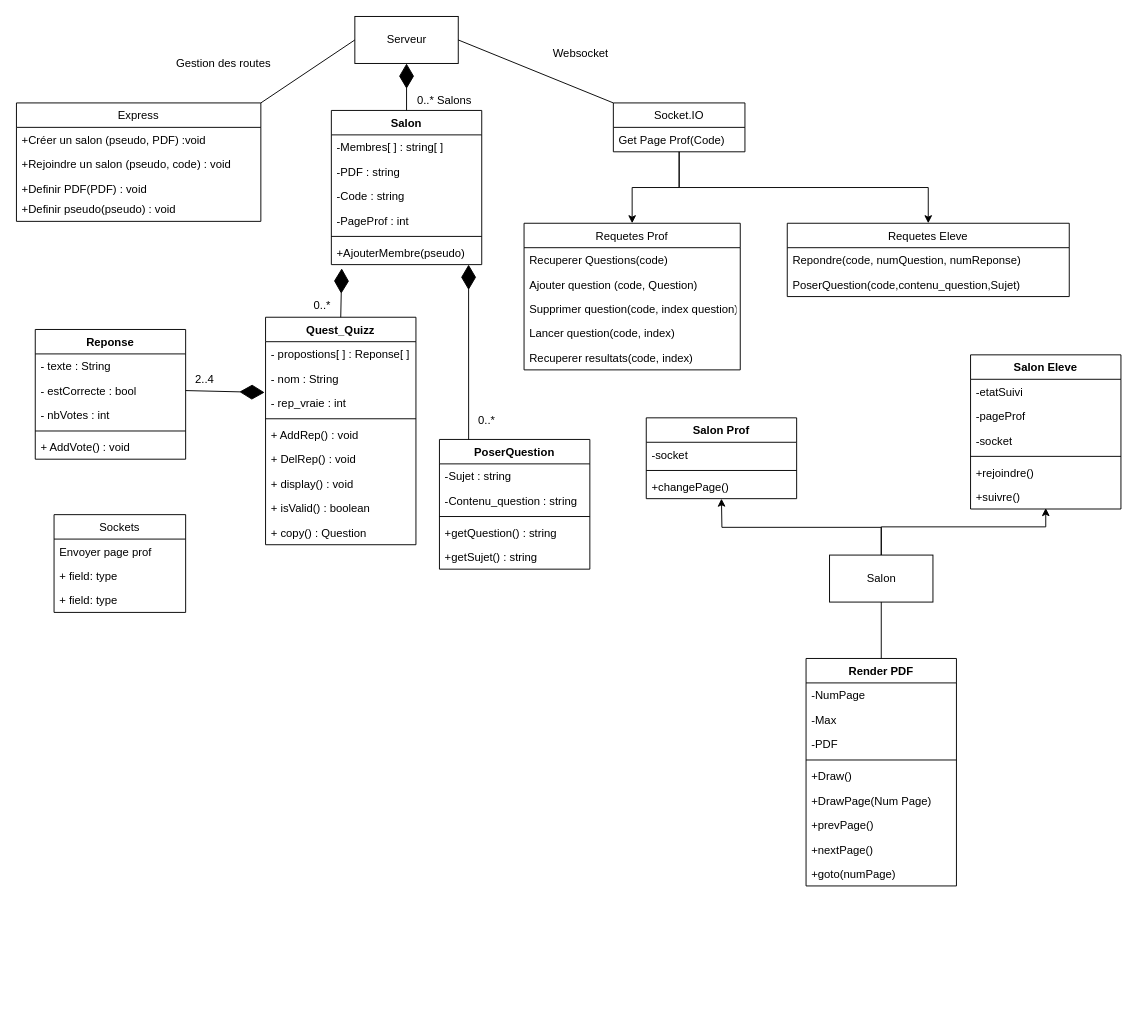
The draw.io diagram docs/diagram_de_classe.drawio in ProbablyClem/ShareMyPDF, before the edit. Source tidied: cells renumbered, new cells numbered last; positions are measured from the earlier drawing's top-left corner, leaving out a move shared by most shapes. Both pictures are drawn from the tidied source at 94%, with x=0, y=0 at pixel (16, 16).
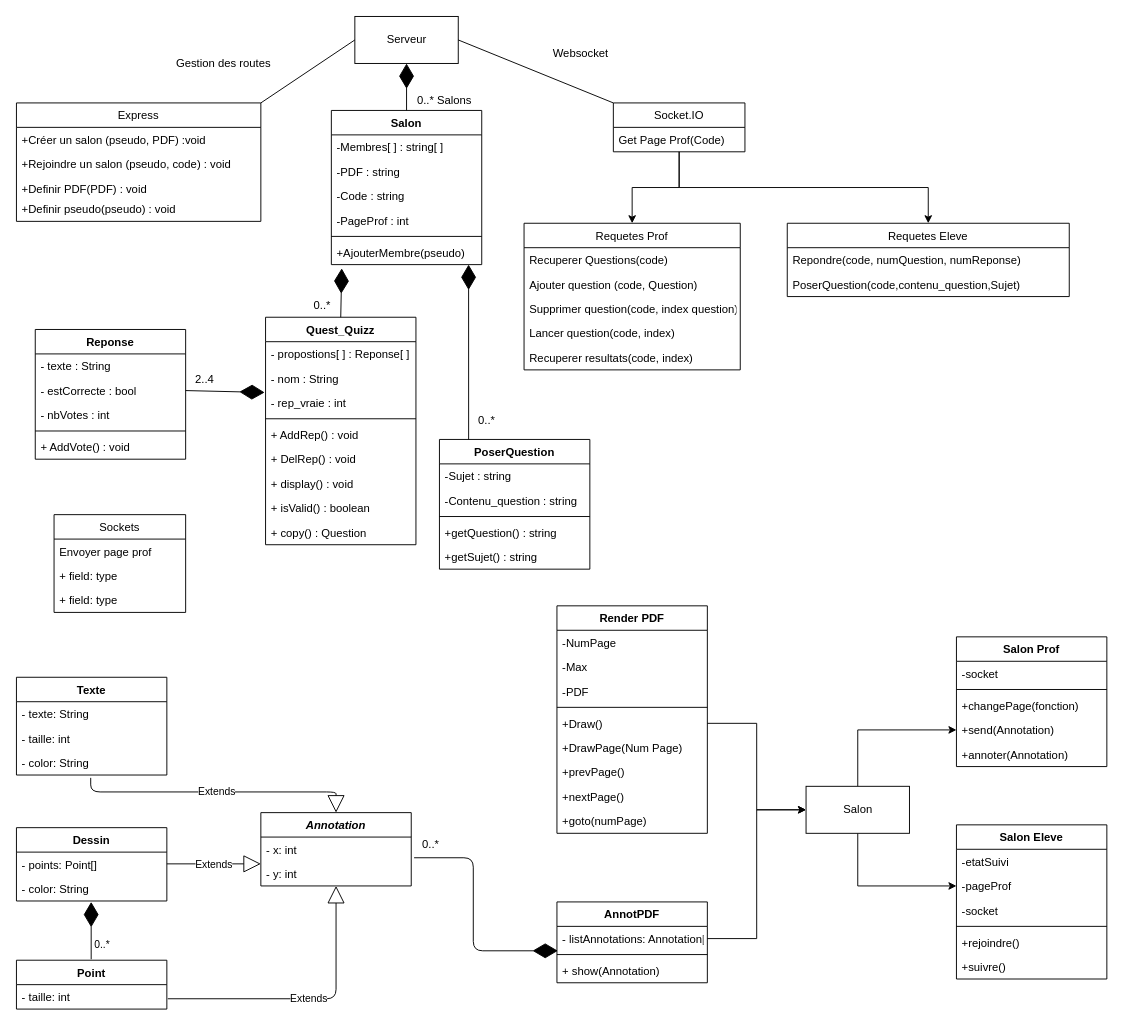
After the change.

The change refers to these unchanged cells:
```xml
<mxCell id="60" value="+Draw()" style="text;strokeColor=none;fillColor=none;align=left;verticalAlign=top;spacingLeft=4;spacingRight=4;overflow=hidden;points=[[0,0.5],[1,0.5]];portConstraint=eastwest;" parent="55" vertex="1">
  <mxGeometry y="112" width="160" height="26" as="geometry" />
</mxCell>
<mxCell id="86" value="-pageProf" style="text;strokeColor=none;fillColor=none;align=left;verticalAlign=top;spacingLeft=4;spacingRight=4;overflow=hidden;points=[[0,0.5],[1,0.5]];portConstraint=eastwest;" parent="84" vertex="1">
  <mxGeometry y="52" width="160" height="26" as="geometry" />
</mxCell>
```

The edit, as a diff of the source:
```diff
@@
-    <mxCell id="52" style="edgeStyle=orthogonalEdgeStyle;rounded=0;jettySize=auto;html=1;exitX=0.5;exitY=0;exitDx=0;exitDy=0;entryX=0.5;entryY=1;entryDx=0;entryDy=0;" parent="1" edge="1" source="54">
-      <mxGeometry relative="1" as="geometry">
-        <mxPoint x="750" y="513" as="targetPoint" />
-      </mxGeometry>
-    </mxCell>
-    <mxCell id="53" style="edgeStyle=orthogonalEdgeStyle;rounded=0;jettySize=auto;html=1;exitX=0.5;exitY=0;exitDx=0;exitDy=0;entryX=0.5;entryY=1;entryDx=0;entryDy=0;" parent="1" edge="1" source="54">
-      <mxGeometry relative="1" as="geometry">
-        <mxPoint x="1095" y="523" as="targetPoint" />
-        <Array as="points">
-          <mxPoint x="920" y="543" />
-          <mxPoint x="1095" y="543" />
-        </Array>
-      </mxGeometry>
-    </mxCell>
+    <mxCell id="91" style="edgeStyle=orthogonalEdgeStyle;rounded=0;jettySize=auto;html=1;exitX=0.5;exitY=0;exitDx=0;exitDy=0;entryX=0;entryY=0.5;entryDx=0;entryDy=0;" parent="1" edge="1" source="54" target="93">
+      <mxGeometry relative="1" as="geometry" />
+    </mxCell>
+    <mxCell id="92" style="edgeStyle=orthogonalEdgeStyle;rounded=0;jettySize=auto;html=1;exitX=0.5;exitY=1;exitDx=0;exitDy=0;entryX=0;entryY=0.5;entryDx=0;entryDy=0;" parent="1" edge="1" source="54" target="86">
+      <mxGeometry relative="1" as="geometry" />
+    </mxCell>
     <mxCell id="54" value="Salon" style="html=1;" parent="1" vertex="1">
-      <mxGeometry x="865" y="573" width="110" height="50" as="geometry" />
+      <mxGeometry x="840" y="819" width="110" height="50" as="geometry" />
     </mxCell>
     <mxCell id="55" value="Render PDF" style="swimlane;fontStyle=1;align=center;verticalAlign=top;horizontal=1;startSize=26;" parent="1" vertex="1">
-      <mxGeometry x="840" y="683" width="160" height="242" as="geometry" />
+      <mxGeometry x="575" y="627" width="160" height="242" as="geometry" />
     </mxCell>
@@
-    <mxCell id="67" style="endArrow=none;html=1;exitX=0.5;exitY=1;exitDx=0;exitDy=0;entryX=0.5;entryY=0;entryDx=0;entryDy=0;" parent="1" edge="1" source="54" target="55">
-      <mxGeometry relative="1" as="geometry" />
-    </mxCell>
@@
     <mxCell id="80" value="Salon Prof" style="swimlane;fontStyle=1;align=center;verticalAlign=top;horizontal=1;startSize=26;" parent="1" vertex="1">
-      <mxGeometry x="670" y="427" width="160" height="86" as="geometry" />
+      <mxGeometry x="1000" y="660" width="160" height="138" as="geometry" />
     </mxCell>
@@
-    <mxCell id="83" value="+changePage()" style="text;strokeColor=none;fillColor=none;align=left;verticalAlign=top;spacingLeft=4;spacingRight=4;overflow=hidden;" parent="80" vertex="1">
+    <mxCell id="83" value="+changePage(fonction)" style="text;strokeColor=none;fillColor=none;align=left;verticalAlign=top;spacingLeft=4;spacingRight=4;overflow=hidden;" parent="80" vertex="1">
       <mxGeometry y="60" width="160" height="26" as="geometry" />
     </mxCell>
+    <mxCell id="93" value="+send(Annotation)" style="text;strokeColor=none;fillColor=none;align=left;verticalAlign=top;spacingLeft=4;spacingRight=4;overflow=hidden;points=[[0,0.5],[1,0.5]];portConstraint=eastwest;" parent="80" vertex="1">
+      <mxGeometry y="86" width="160" height="26" as="geometry" />
+    </mxCell>
+    <mxCell id="94" value="+annoter(Annotation)" style="text;strokeColor=none;fillColor=none;align=left;verticalAlign=top;spacingLeft=4;spacingRight=4;overflow=hidden;" parent="80" vertex="1">
+      <mxGeometry y="112" width="160" height="26" as="geometry" />
+    </mxCell>
     <mxCell id="84" value="Salon Eleve" style="swimlane;fontStyle=1;align=center;verticalAlign=top;horizontal=1;startSize=26;" parent="1" vertex="1">
-      <mxGeometry x="1015" y="360" width="160" height="164" as="geometry" />
+      <mxGeometry x="1000" y="860" width="160" height="164" as="geometry" />
     </mxCell>
@@
+    <mxCell id="95" value="Annotation" style="swimlane;fontStyle=3;align=center;verticalAlign=top;horizontal=1;startSize=26;" parent="1" vertex="1">
+      <mxGeometry x="260" y="847" width="160" height="78" as="geometry" />
+    </mxCell>
+    <mxCell id="96" value="- x: int" style="text;strokeColor=none;fillColor=none;align=left;verticalAlign=top;spacingLeft=4;spacingRight=4;overflow=hidden;" parent="95" vertex="1">
+      <mxGeometry y="26" width="160" height="26" as="geometry" />
+    </mxCell>
+    <mxCell id="97" value="- y: int" style="text;strokeColor=none;fillColor=none;align=left;verticalAlign=top;spacingLeft=4;spacingRight=4;overflow=hidden;points=[[0,0.5],[1,0.5]];portConstraint=eastwest;" parent="95" vertex="1">
+      <mxGeometry y="52" width="160" height="26" as="geometry" />
+    </mxCell>
+    <mxCell id="98" value="Texte" style="swimlane;fontStyle=1;align=center;verticalAlign=top;horizontal=1;startSize=26;" parent="1" vertex="1">
+      <mxGeometry y="703" width="160" height="104" as="geometry" />
+    </mxCell>
+    <mxCell id="99" value="- texte: String" style="text;strokeColor=none;fillColor=none;align=left;verticalAlign=top;spacingLeft=4;spacingRight=4;overflow=hidden;" parent="98" vertex="1">
+      <mxGeometry y="26" width="160" height="26" as="geometry" />
+    </mxCell>
+    <mxCell id="100" value="- taille: int" style="text;strokeColor=none;fillColor=none;align=left;verticalAlign=top;spacingLeft=4;spacingRight=4;overflow=hidden;" parent="98" vertex="1">
+      <mxGeometry y="52" width="160" height="26" as="geometry" />
+    </mxCell>
+    <mxCell id="101" value="- color: String" style="text;strokeColor=none;fillColor=none;align=left;verticalAlign=top;spacingLeft=4;spacingRight=4;overflow=hidden;" parent="98" vertex="1">
+      <mxGeometry y="78" width="160" height="26" as="geometry" />
+    </mxCell>
+    <mxCell id="102" value="Extends" style="endArrow=block;endSize=16;endFill=0;html=1;entryX=0.5;entryY=0;entryDx=0;entryDy=0;" parent="1" edge="1" target="95">
+      <mxGeometry relative="1" as="geometry">
+        <mxPoint x="79" y="810" as="sourcePoint" />
+        <Array as="points">
+          <mxPoint x="79" y="825" />
+          <mxPoint x="340" y="825" />
+        </Array>
+      </mxGeometry>
+    </mxCell>
+    <mxCell id="103" value="Point" style="swimlane;fontStyle=1;align=center;verticalAlign=top;horizontal=1;startSize=26;" parent="1" vertex="1">
+      <mxGeometry y="1004" width="160" height="52" as="geometry" />
+    </mxCell>
+    <mxCell id="104" value="- taille: int" style="text;strokeColor=none;fillColor=none;align=left;verticalAlign=top;spacingLeft=4;spacingRight=4;overflow=hidden;" parent="103" vertex="1">
+      <mxGeometry y="26" width="160" height="26" as="geometry" />
+    </mxCell>
+    <mxCell id="105" value="Dessin" style="swimlane;fontStyle=1;align=center;verticalAlign=top;horizontal=1;startSize=26;" parent="1" vertex="1">
+      <mxGeometry y="863" width="160" height="78" as="geometry" />
+    </mxCell>
+    <mxCell id="106" value="- points: Point[]" style="text;strokeColor=none;fillColor=none;align=left;verticalAlign=top;spacingLeft=4;spacingRight=4;overflow=hidden;" parent="105" vertex="1">
+      <mxGeometry y="26" width="160" height="26" as="geometry" />
+    </mxCell>
+    <mxCell id="107" value="- color: String" style="text;strokeColor=none;fillColor=none;align=left;verticalAlign=top;spacingLeft=4;spacingRight=4;overflow=hidden;" parent="105" vertex="1">
+      <mxGeometry y="52" width="160" height="26" as="geometry" />
+    </mxCell>
+    <mxCell id="108" value="Extends" style="endArrow=block;endSize=16;endFill=0;html=1;" parent="1" edge="1">
+      <mxGeometry relative="1" as="geometry">
+        <mxPoint x="160" y="901.5" as="sourcePoint" />
+        <mxPoint x="260" y="901.5" as="targetPoint" />
+      </mxGeometry>
+    </mxCell>
+    <mxCell id="109" value="Extends" style="endArrow=block;endSize=16;endFill=0;html=1;" parent="1" edge="1">
+      <mxGeometry relative="1" as="geometry">
+        <mxPoint x="161" y="1045" as="sourcePoint" />
+        <mxPoint x="340" y="925" as="targetPoint" />
+        <Array as="points">
+          <mxPoint x="340" y="1045" />
+        </Array>
+      </mxGeometry>
+    </mxCell>
+    <mxCell id="110" style="endArrow=diamondThin;endFill=1;endSize=24;html=1;entryX=0.5;entryY=1.115;entryDx=0;entryDy=0;entryPerimeter=0;" parent="1" edge="1">
+      <mxGeometry relative="1" as="geometry">
+        <mxPoint x="79.5" y="1003" as="sourcePoint" />
+        <mxPoint x="79.5" y="942" as="targetPoint" />
+      </mxGeometry>
+    </mxCell>
+    <mxCell id="111" value="0..*" style="edgeLabel;html=1;align=center;verticalAlign=middle;" parent="110" vertex="1">
+      <mxGeometry x="-0.44" y="-2" relative="1" as="geometry">
+        <mxPoint x="9" as="offset" />
+      </mxGeometry>
+    </mxCell>
+    <mxCell id="112" value="AnnotPDF" style="swimlane;fontStyle=1;align=center;verticalAlign=top;horizontal=1;startSize=26;" parent="1" vertex="1">
+      <mxGeometry x="575" y="942" width="160" height="86" as="geometry" />
+    </mxCell>
+    <mxCell id="113" value="- listAnnotations: Annotation[]" style="text;strokeColor=none;fillColor=none;align=left;verticalAlign=top;spacingLeft=4;spacingRight=4;overflow=hidden;points=[[0,0.5],[1,0.5]];portConstraint=eastwest;" parent="112" vertex="1">
+      <mxGeometry y="26" width="160" height="26" as="geometry" />
+    </mxCell>
+    <mxCell id="114" style="line;strokeWidth=1;fillColor=none;align=left;verticalAlign=middle;spacingTop=-1;spacingLeft=3;spacingRight=3;labelPosition=right;" parent="112" vertex="1">
+      <mxGeometry y="52" width="160" height="8" as="geometry" />
+    </mxCell>
+    <mxCell id="115" value="+ show(Annotation)" style="text;strokeColor=none;fillColor=none;align=left;verticalAlign=top;spacingLeft=4;spacingRight=4;overflow=hidden;" parent="112" vertex="1">
+      <mxGeometry y="60" width="160" height="26" as="geometry" />
+    </mxCell>
+    <mxCell id="116" style="endArrow=diamondThin;endFill=1;endSize=24;html=1;exitX=1.019;exitY=-0.154;exitDx=0;exitDy=0;exitPerimeter=0;" parent="1" edge="1" source="97">
+      <mxGeometry relative="1" as="geometry">
+        <mxPoint x="576" y="994" as="targetPoint" />
+        <Array as="points">
+          <mxPoint x="486" y="895" />
+          <mxPoint x="486" y="994" />
+        </Array>
+      </mxGeometry>
+    </mxCell>
+    <mxCell id="117" value="0..*" style="text;html=1;strokeColor=none;fillColor=none;align=center;verticalAlign=middle;whiteSpace=wrap;rounded=0;" parent="1" vertex="1">
+      <mxGeometry x="421" y="871" width="40" height="20" as="geometry" />
+    </mxCell>
+    <mxCell id="118" style="edgeStyle=orthogonalEdgeStyle;rounded=0;jettySize=auto;html=1;exitX=1;exitY=0.5;exitDx=0;exitDy=0;entryX=0;entryY=0.5;entryDx=0;entryDy=0;" parent="1" edge="1" source="60" target="54">
+      <mxGeometry relative="1" as="geometry" />
+    </mxCell>
+    <mxCell id="119" style="edgeStyle=orthogonalEdgeStyle;rounded=0;jettySize=auto;html=1;exitX=1;exitY=0.5;exitDx=0;exitDy=0;entryX=0;entryY=0.5;entryDx=0;entryDy=0;" parent="1" edge="1" source="113" target="54">
+      <mxGeometry relative="1" as="geometry" />
+    </mxCell>
```
